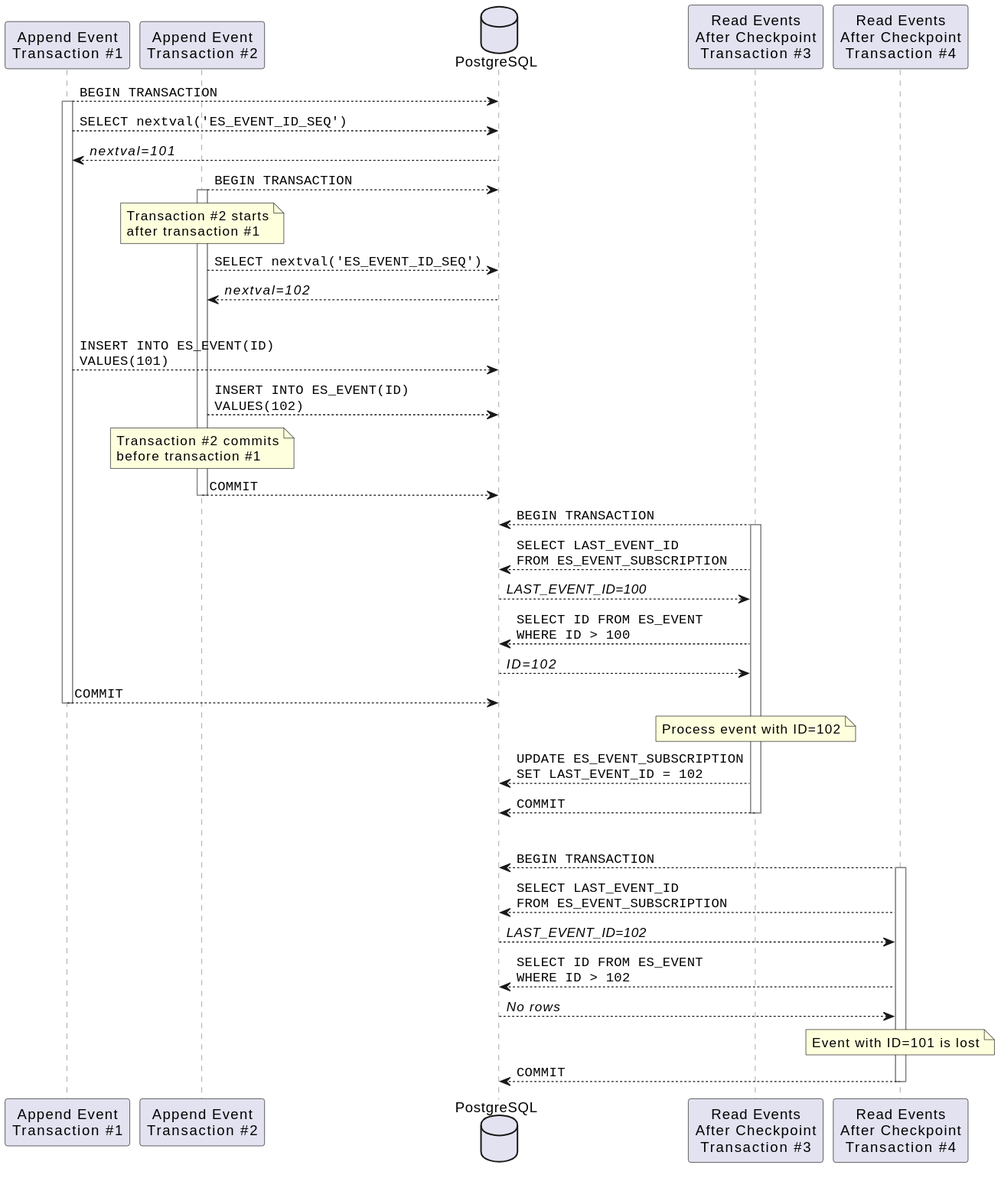
codehunter-dev-281/postgresql-event-sourcing keeps this PlantUML diagram as img/postgresql-naive-outbox.svg. Above is the earlier version.
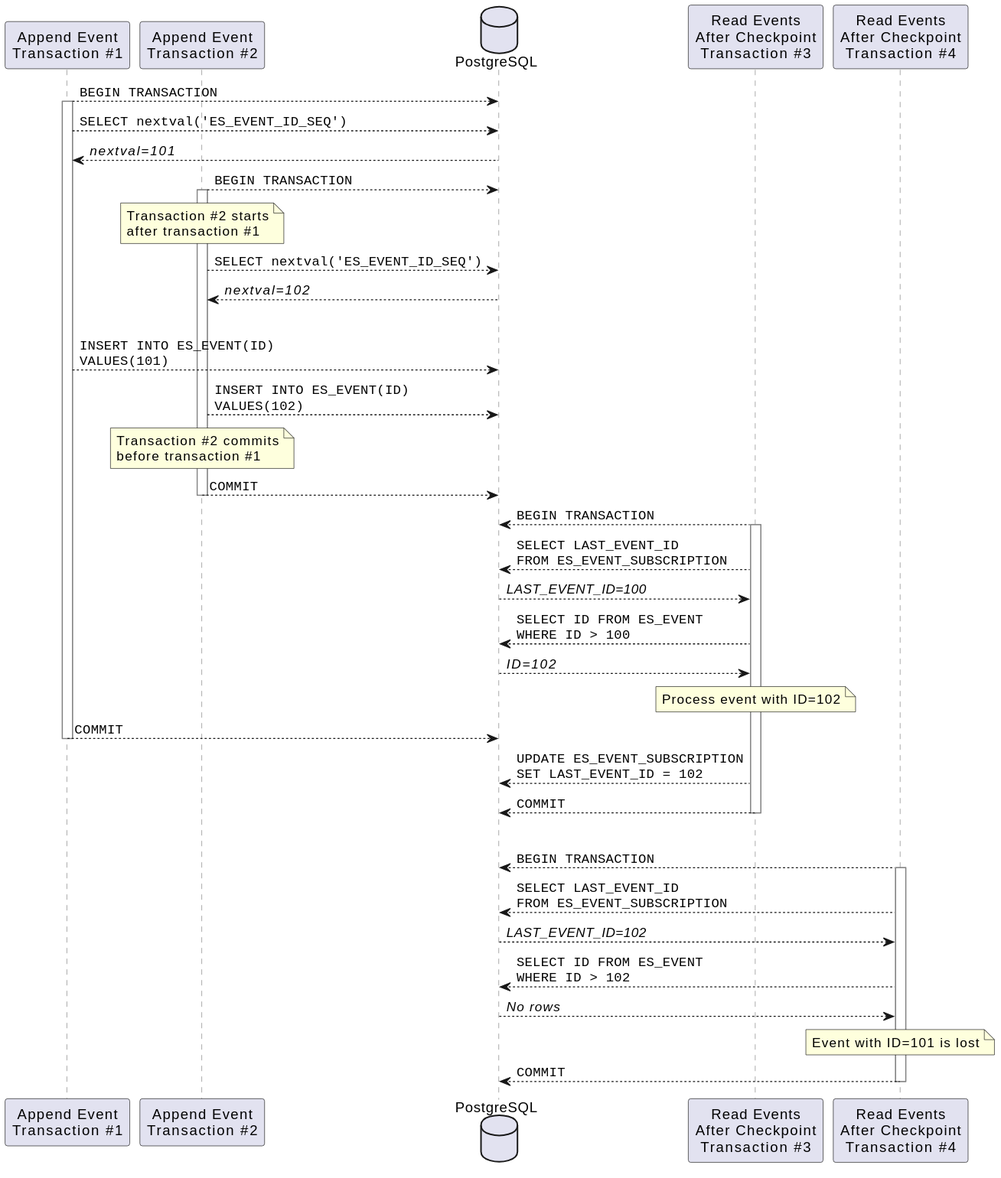
The same diagram one commit later.

Diff of the diagram source:
```diff
@@ -33,8 +33,8 @@
 db --> tx3: //LAST_EVENT_ID=100//
 tx3 --> db: ""SELECT ID FROM ES_EVENT""\n""WHERE ID > 100""
 db --> tx3: //ID=102//
+note over tx3: Process event with ID=102
 tx1 --> db: ""COMMIT""
-note over tx3: Process event with ID=102
 deactivate tx1
 tx3 --> db: ""UPDATE ES_EVENT_SUBSCRIPTION""\n""SET LAST_EVENT_ID = 102""
 tx3 --> db: ""COMMIT""
```
